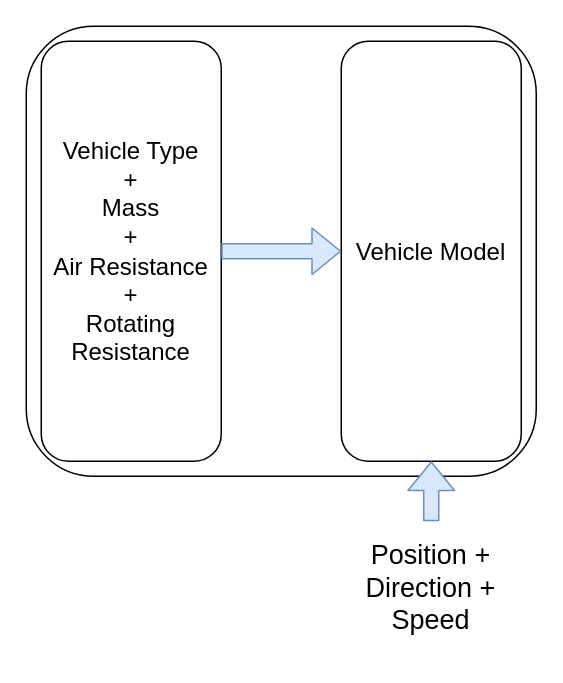
prashant2063/diagrams keeps this draw.io diagram as ecotrec_vehicle_model.drawio. Above is the earlier version. Source tidied: cells renumbered, new cells numbered last; positions are measured from the earlier drawing's top-left corner, leaving out a move shared by most shapes. Both pictures are drawn from the tidied source at 150%, with x=0, y=0 at pixel (26, 26).
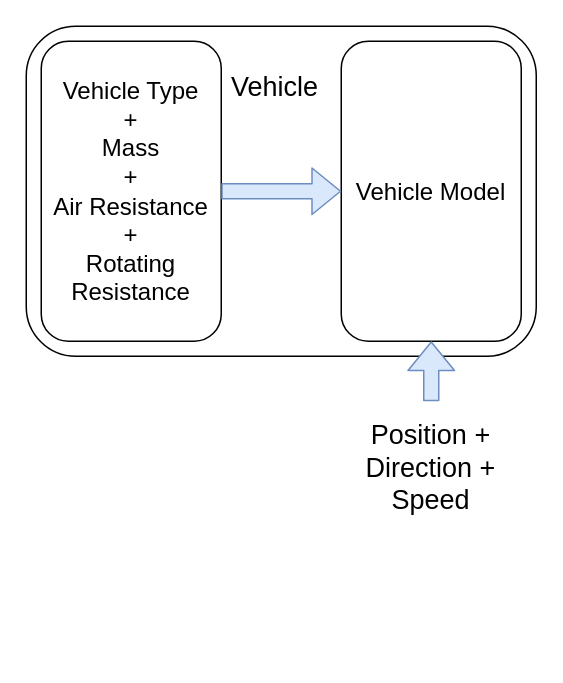
The same page after the edit.

Diff of the diagram source:
```diff
@@
 <mxGraphModel>
   <root>
     <mxCell id="0" />
     <mxCell id="1" parent="0" />
     <mxCell id="2" style="rounded=1;whiteSpace=wrap;html=1;fillColor=none;" parent="1" vertex="1">
-      <mxGeometry width="340" height="300" as="geometry" />
+      <mxGeometry width="340" height="220" as="geometry" />
     </mxCell>
     <mxCell id="3" value="&lt;font size=&quot;3&quot;&gt;Vehicle Type&lt;br&gt;+&lt;br&gt;Mass&lt;br&gt;+&lt;br&gt;Air Resistance&lt;br&gt;+&lt;br&gt;Rotating Resistance&lt;br&gt;&lt;/font&gt;" style="rounded=1;whiteSpace=wrap;html=1;" parent="1" vertex="1">
-      <mxGeometry x="10" y="10" width="120" height="280" as="geometry" />
+      <mxGeometry x="10" y="10" width="120" height="200" as="geometry" />
     </mxCell>
     <mxCell id="4" value="&lt;font size=&quot;3&quot;&gt;Vehicle Model&lt;/font&gt;" style="rounded=1;whiteSpace=wrap;html=1;" parent="1" vertex="1">
-      <mxGeometry x="210" y="10" width="120" height="280" as="geometry" />
+      <mxGeometry x="210" y="10" width="120" height="200" as="geometry" />
     </mxCell>
     <mxCell id="5" value="&lt;font style=&quot;font-size: 18px&quot;&gt;Position + Direction + Speed&lt;/font&gt;" style="text;html=1;strokeColor=none;fillColor=none;align=center;verticalAlign=middle;whiteSpace=wrap;rounded=0;" parent="1" vertex="1">
-      <mxGeometry x="225" y="330" width="90" height="90" as="geometry" />
+      <mxGeometry x="225" y="250" width="90" height="90" as="geometry" />
     </mxCell>
     <mxCell id="6" style="endArrow=classic;html=1;entryX=0;entryY=0.5;entryDx=0;entryDy=0;exitX=1;exitY=0.5;exitDx=0;exitDy=0;shape=flexArrow;fillColor=#dae8fc;strokeColor=#6c8ebf;" parent="1" edge="1" source="3" target="4">
       <mxGeometry relative="1" as="geometry" />
     </mxCell>
     <mxCell id="7" style="endArrow=classic;html=1;entryX=0.5;entryY=1;entryDx=0;entryDy=0;exitX=0.5;exitY=0;exitDx=0;exitDy=0;shape=flexArrow;fillColor=#dae8fc;strokeColor=#6c8ebf;" parent="1" edge="1" source="5" target="4">
       <mxGeometry relative="1" as="geometry" />
     </mxCell>
+    <mxCell id="8" value="&lt;font style=&quot;font-size: 18px&quot;&gt;Vehicle&lt;/font&gt;" style="text;html=1;strokeColor=none;fillColor=none;align=center;verticalAlign=middle;whiteSpace=wrap;rounded=0;fontSize=20;" parent="1" vertex="1">
+      <mxGeometry x="146" y="30" width="40" height="20" as="geometry" />
+    </mxCell>
   </root>
 </mxGraphModel>
```
